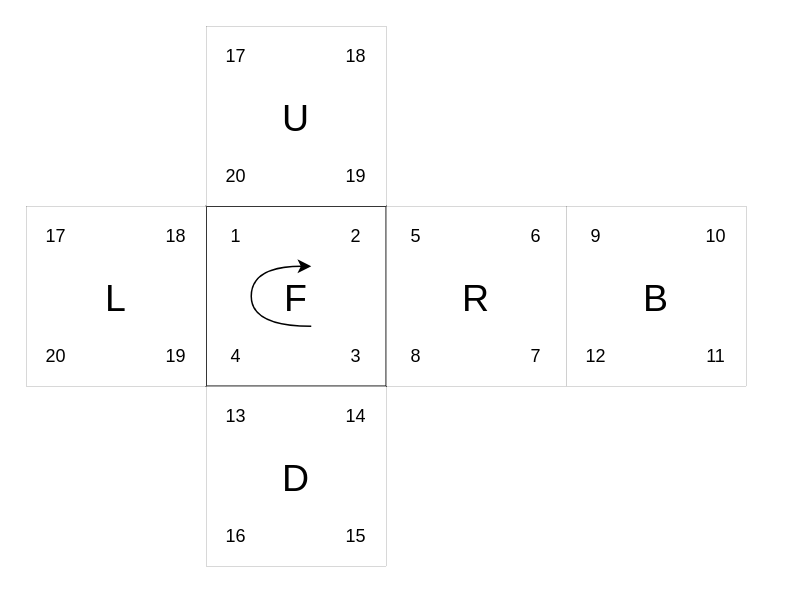
Above: resources/numbering__2x2.drawio in evernost/rubiksCubeAnalysis (draw.io), before the change. Source tidied: cells renumbered, new cells numbered last; positions are measured from the earlier drawing's top-left corner, leaving out a move shared by most shapes. Both pictures are drawn from the tidied source at 150%, with x=0, y=0 at pixel (26, 26).
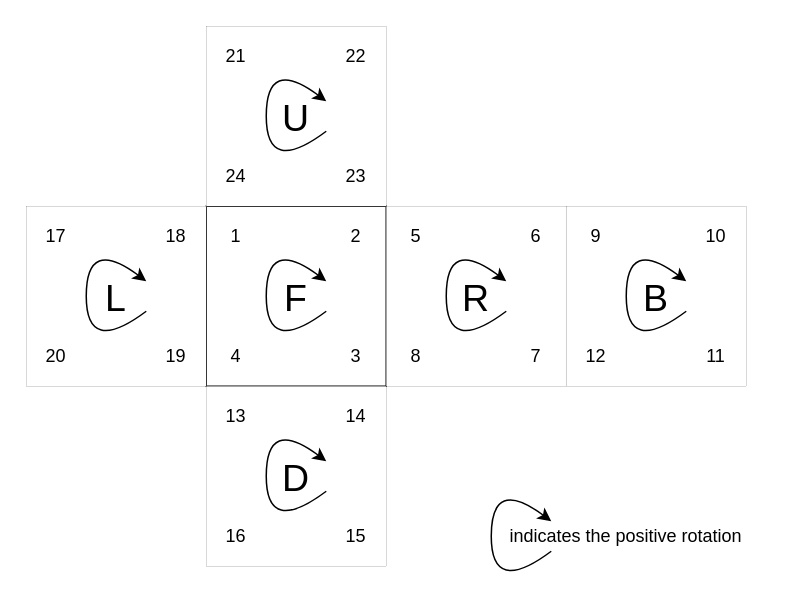
After the change.

The edit, as a diff of the source:
```diff
@@
-    <mxCell id="34" value="17" style="text;html=1;align=center;verticalAlign=middle;whiteSpace=wrap;rounded=0;" parent="1" vertex="1">
+    <mxCell id="34" value="21" style="text;html=1;align=center;verticalAlign=middle;whiteSpace=wrap;rounded=0;" parent="1" vertex="1">
       <mxGeometry x="120" width="40" height="40" as="geometry" />
     </mxCell>
-    <mxCell id="35" value="18" style="text;html=1;align=center;verticalAlign=middle;whiteSpace=wrap;rounded=0;" parent="1" vertex="1">
+    <mxCell id="35" value="22" style="text;html=1;align=center;verticalAlign=middle;whiteSpace=wrap;rounded=0;" parent="1" vertex="1">
       <mxGeometry x="200" width="40" height="40" as="geometry" />
     </mxCell>
-    <mxCell id="36" value="19" style="text;html=1;align=center;verticalAlign=middle;whiteSpace=wrap;rounded=0;" parent="1" vertex="1">
+    <mxCell id="36" value="23" style="text;html=1;align=center;verticalAlign=middle;whiteSpace=wrap;rounded=0;" parent="1" vertex="1">
       <mxGeometry x="200" y="80" width="40" height="40" as="geometry" />
     </mxCell>
-    <mxCell id="37" value="20" style="text;html=1;align=center;verticalAlign=middle;whiteSpace=wrap;rounded=0;" parent="1" vertex="1">
+    <mxCell id="37" value="24" style="text;html=1;align=center;verticalAlign=middle;whiteSpace=wrap;rounded=0;" parent="1" vertex="1">
       <mxGeometry x="120" y="80" width="40" height="40" as="geometry" />
     </mxCell>
-    <mxCell id="38" style="curved=1;endArrow=classic;html=1;rounded=0;" parent="1" edge="1">
-      <mxGeometry relative="1" as="geometry">
-        <mxPoint x="190" y="200" as="sourcePoint" />
-        <mxPoint x="190" y="160" as="targetPoint" />
-        <Array as="points">
-          <mxPoint x="150" y="200" />
-          <mxPoint x="150" y="160" />
-        </Array>
-      </mxGeometry>
-    </mxCell>
+    <mxCell id="39" style="curved=1;endArrow=classic;html=1;rounded=0;" parent="1" edge="1">
+      <mxGeometry relative="1" as="geometry">
+        <mxPoint x="320" y="190" as="sourcePoint" />
+        <mxPoint x="320" y="170" as="targetPoint" />
+        <Array as="points">
+          <mxPoint x="280" y="220" />
+          <mxPoint x="280" y="140" />
+        </Array>
+      </mxGeometry>
+    </mxCell>
+    <mxCell id="40" style="curved=1;endArrow=classic;html=1;rounded=0;" parent="1" edge="1">
+      <mxGeometry relative="1" as="geometry">
+        <mxPoint x="200" y="190" as="sourcePoint" />
+        <mxPoint x="200" y="170" as="targetPoint" />
+        <Array as="points">
+          <mxPoint x="160" y="220" />
+          <mxPoint x="160" y="140" />
+        </Array>
+      </mxGeometry>
+    </mxCell>
+    <mxCell id="41" style="curved=1;endArrow=classic;html=1;rounded=0;" parent="1" edge="1">
+      <mxGeometry relative="1" as="geometry">
+        <mxPoint x="440" y="190" as="sourcePoint" />
+        <mxPoint x="440" y="170" as="targetPoint" />
+        <Array as="points">
+          <mxPoint x="400" y="220" />
+          <mxPoint x="400" y="140" />
+        </Array>
+      </mxGeometry>
+    </mxCell>
+    <mxCell id="42" style="curved=1;endArrow=classic;html=1;rounded=0;" parent="1" edge="1">
+      <mxGeometry relative="1" as="geometry">
+        <mxPoint x="200" y="310" as="sourcePoint" />
+        <mxPoint x="200" y="290" as="targetPoint" />
+        <Array as="points">
+          <mxPoint x="160" y="340" />
+          <mxPoint x="160" y="260" />
+        </Array>
+      </mxGeometry>
+    </mxCell>
+    <mxCell id="43" style="curved=1;endArrow=classic;html=1;rounded=0;" parent="1" edge="1">
+      <mxGeometry relative="1" as="geometry">
+        <mxPoint x="80" y="190" as="sourcePoint" />
+        <mxPoint x="80" y="170" as="targetPoint" />
+        <Array as="points">
+          <mxPoint x="40" y="220" />
+          <mxPoint x="40" y="140" />
+        </Array>
+      </mxGeometry>
+    </mxCell>
+    <mxCell id="44" style="curved=1;endArrow=classic;html=1;rounded=0;" parent="1" edge="1">
+      <mxGeometry relative="1" as="geometry">
+        <mxPoint x="200" y="70" as="sourcePoint" />
+        <mxPoint x="200" y="50" as="targetPoint" />
+        <Array as="points">
+          <mxPoint x="160" y="100" />
+          <mxPoint x="160" y="20" />
+        </Array>
+      </mxGeometry>
+    </mxCell>
+    <mxCell id="45" style="curved=1;endArrow=classic;html=1;rounded=0;" parent="1" edge="1">
+      <mxGeometry relative="1" as="geometry">
+        <mxPoint x="350" y="350" as="sourcePoint" />
+        <mxPoint x="350" y="330" as="targetPoint" />
+        <Array as="points">
+          <mxPoint x="310" y="380" />
+          <mxPoint x="310" y="300" />
+        </Array>
+      </mxGeometry>
+    </mxCell>
+    <mxCell id="46" value="indicates the positive rotation" style="text;html=1;align=center;verticalAlign=middle;whiteSpace=wrap;rounded=0;" parent="1" vertex="1">
+      <mxGeometry x="310" y="320" width="180" height="40" as="geometry" />
+    </mxCell>
```
